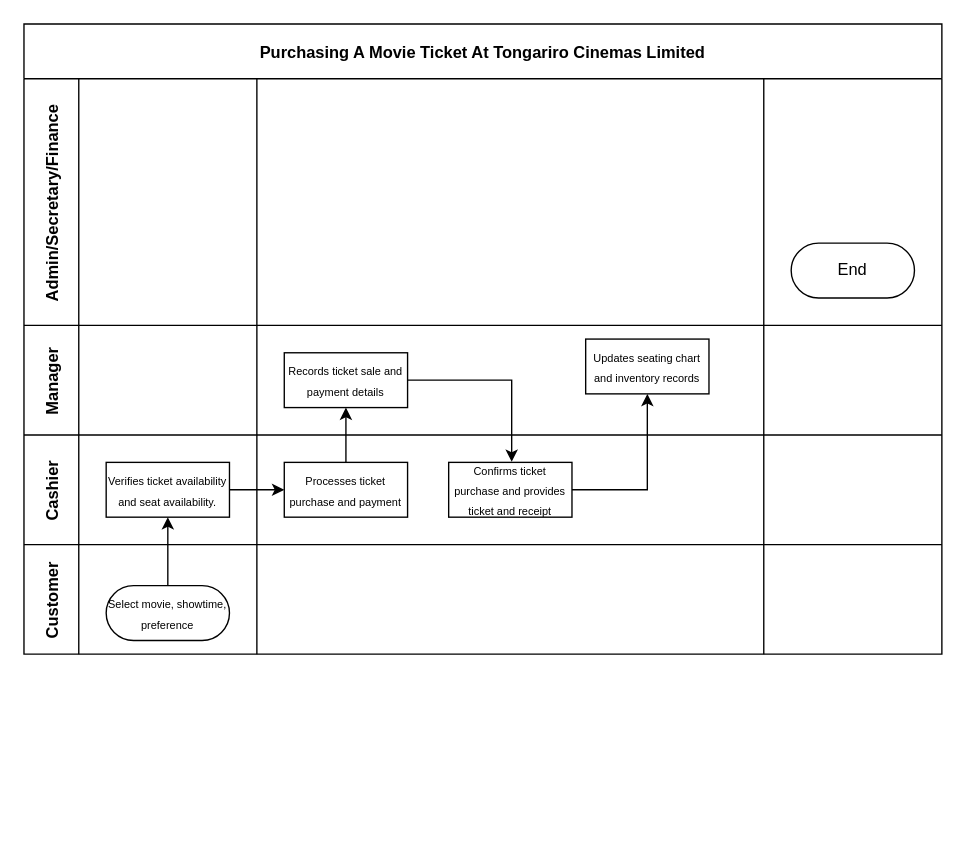
The draw.io diagram cross functional diagram for business process.drawio in julieeesy/Requirement-Analysis-and-Solution-Design, before the edit. Source tidied: cells renumbered, new cells numbered last; positions are measured from the earlier drawing's top-left corner, leaving out a move shared by most shapes. Both pictures are drawn from the tidied source at 137%, with x=0, y=0 at pixel (23, 23).
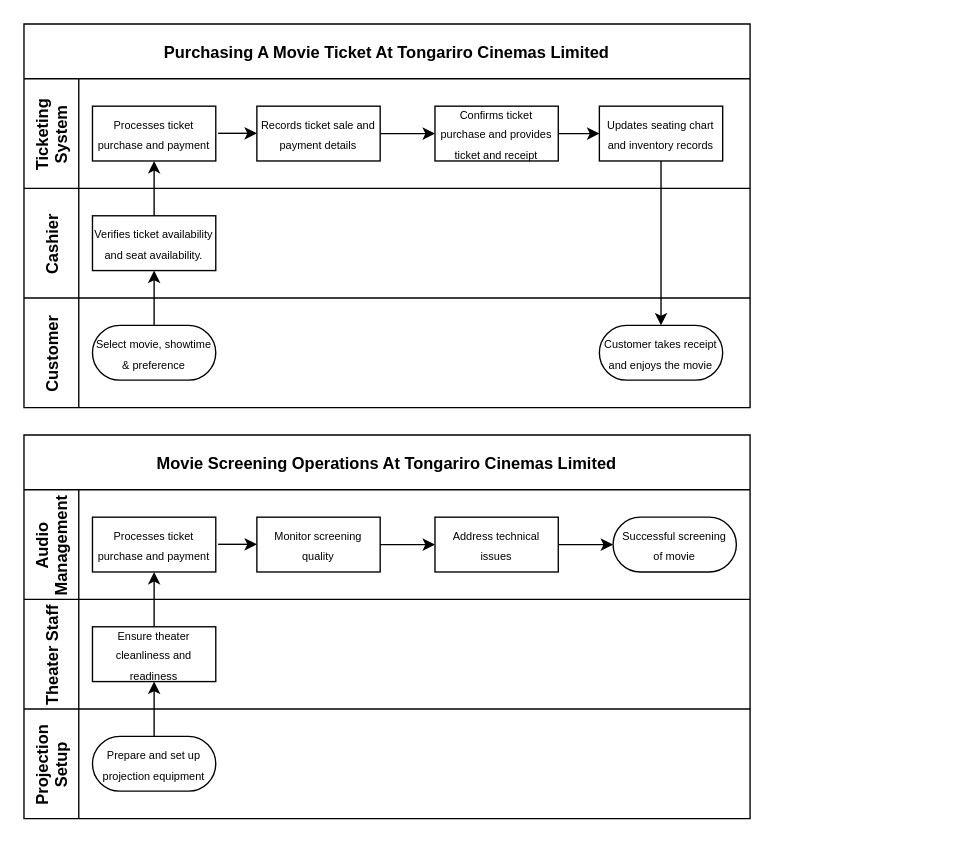
The same diagram, later.

What changed in the source:
```diff
@@
     <mxCell id="2" value="Purchasing A Movie Ticket At Tongariro Cinemas Limited" style="shape=table;childLayout=tableLayout;startSize=40;fillColor=none;fontStyle=1;" parent="1" vertex="1">
-      <mxGeometry width="670" height="460" as="geometry" />
+      <mxGeometry width="530" height="280" as="geometry" />
     </mxCell>
-    <mxCell id="3" value="Admin/Secretary/Finance" style="shape=tableRow;horizontal=0;swimlaneHead=0;swimlaneBody=0;top=0;left=0;bottom=0;right=0;fillColor=none;startSize=40;fontStyle=1;" parent="2" vertex="1">
-      <mxGeometry y="40" width="670" height="180" as="geometry" />
-    </mxCell>
-    <mxCell id="4" style="swimlane;swimlaneHead=0;swimlaneBody=0;fillColor=none;startSize=0;fontStyle=1;" parent="3" vertex="1">
-      <mxGeometry x="40" width="130" height="180" as="geometry" />
-    </mxCell>
-    <mxCell id="5" style="swimlane;swimlaneHead=0;swimlaneBody=0;fillColor=none;startSize=0;fontStyle=1;" parent="3" vertex="1">
-      <mxGeometry x="170" width="370" height="180" as="geometry" />
-    </mxCell>
-    <mxCell id="6" style="swimlane;swimlaneHead=0;swimlaneBody=0;fillColor=none;startSize=0;fontStyle=1;" parent="3" vertex="1">
-      <mxGeometry x="540" width="130" height="180" as="geometry" />
-    </mxCell>
-    <mxCell id="7" value="End" style="rounded=1;whiteSpace=wrap;html=1;arcSize=50;" parent="6" vertex="1">
-      <mxGeometry x="20" y="120" width="90" height="40" as="geometry" />
-    </mxCell>
-    <mxCell id="8" value="Manager" style="shape=tableRow;horizontal=0;swimlaneHead=0;swimlaneBody=0;top=0;left=0;bottom=0;right=0;fillColor=none;startSize=40;fontStyle=1;" parent="2" vertex="1">
-      <mxGeometry y="220" width="670" height="80" as="geometry" />
+    <mxCell id="8" value="Ticketing&#10;System" style="shape=tableRow;horizontal=0;swimlaneHead=0;swimlaneBody=0;top=0;left=0;bottom=0;right=0;fillColor=none;startSize=40;fontStyle=1;" parent="2" vertex="1">
+      <mxGeometry y="40" width="530" height="80" as="geometry" />
     </mxCell>
-    <mxCell id="9" style="swimlane;swimlaneHead=0;swimlaneBody=0;fillColor=none;startSize=0;fontStyle=1;" parent="8" vertex="1">
-      <mxGeometry x="40" width="130" height="80" as="geometry" />
-    </mxCell>
     <mxCell id="10" style="swimlane;swimlaneHead=0;swimlaneBody=0;fillColor=none;startSize=0;fontStyle=1;" parent="8" vertex="1">
-      <mxGeometry x="170" width="370" height="80" as="geometry" />
+      <mxGeometry x="40" width="490" height="80" as="geometry" />
     </mxCell>
     <mxCell id="11" value="&lt;font style=&quot;font-size: 8px;&quot;&gt;Records ticket sale and payment details&lt;/font&gt;" style="rounded=0;whiteSpace=wrap;html=1;" parent="10" vertex="1">
-      <mxGeometry x="20" y="20" width="90" height="40" as="geometry" />
+      <mxGeometry x="130" y="20" width="90" height="40" as="geometry" />
     </mxCell>
+    <mxCell id="19" value="&lt;font style=&quot;font-size: 8px;&quot;&gt;Confirms ticket purchase and provides ticket and receipt&lt;/font&gt;" style="rounded=0;whiteSpace=wrap;html=1;" parent="10" vertex="1">
+      <mxGeometry x="260" y="20" width="90" height="40" as="geometry" />
+    </mxCell>
+    <mxCell id="28" style="edgeStyle=orthogonalEdgeStyle;rounded=0;jettySize=auto;html=1;entryX=0;entryY=0.5;entryDx=0;entryDy=0;" parent="10" edge="1" source="11" target="19">
+      <mxGeometry relative="1" as="geometry" />
+    </mxCell>
     <mxCell id="12" value="&lt;font style=&quot;font-size: 8px;&quot;&gt;Updates seating chart and inventory records&lt;/font&gt;" style="rounded=0;whiteSpace=wrap;html=1;" parent="10" vertex="1">
-      <mxGeometry x="240" y="10" width="90" height="40" as="geometry" />
+      <mxGeometry x="380" y="20" width="90" height="40" as="geometry" />
     </mxCell>
-    <mxCell id="13" style="swimlane;swimlaneHead=0;swimlaneBody=0;fillColor=none;startSize=0;fontStyle=1;" parent="8" vertex="1">
-      <mxGeometry x="540" width="130" height="80" as="geometry" />
-    </mxCell>
+    <mxCell id="29" style="edgeStyle=orthogonalEdgeStyle;rounded=0;jettySize=auto;html=1;" parent="10" edge="1" source="19" target="12">
+      <mxGeometry relative="1" as="geometry" />
+    </mxCell>
     <mxCell id="14" value="Cashier" style="shape=tableRow;horizontal=0;swimlaneHead=0;swimlaneBody=0;top=0;left=0;bottom=0;right=0;fillColor=none;startSize=40;fontStyle=1;" parent="2" vertex="1">
-      <mxGeometry y="300" width="670" height="80" as="geometry" />
+      <mxGeometry y="120" width="530" height="80" as="geometry" />
     </mxCell>
-    <mxCell id="15" style="swimlane;swimlaneHead=0;swimlaneBody=0;fillColor=none;startSize=0;fontStyle=1;" parent="14" vertex="1">
-      <mxGeometry x="40" width="130" height="80" as="geometry" />
-    </mxCell>
-    <mxCell id="16" value="&lt;font style=&quot;font-size: 8px;&quot;&gt;Verifies ticket availability and seat availability.&lt;/font&gt;" style="rounded=0;whiteSpace=wrap;html=1;" parent="15" vertex="1">
-      <mxGeometry x="20" y="20" width="90" height="40" as="geometry" />
-    </mxCell>
     <mxCell id="17" style="swimlane;swimlaneHead=0;swimlaneBody=0;fillColor=none;startSize=0;fontStyle=1;" parent="14" vertex="1">
-      <mxGeometry x="170" width="370" height="80" as="geometry" />
+      <mxGeometry x="40" width="490" height="80" as="geometry" />
     </mxCell>
     <mxCell id="18" value="&lt;font style=&quot;font-size: 8px;&quot;&gt;Processes ticket purchase and payment&lt;/font&gt;" style="rounded=0;whiteSpace=wrap;html=1;" parent="17" vertex="1">
-      <mxGeometry x="20" y="20" width="90" height="40" as="geometry" />
+      <mxGeometry x="10" y="-60" width="90" height="40" as="geometry" />
     </mxCell>
-    <mxCell id="19" value="&lt;font style=&quot;font-size: 8px;&quot;&gt;Confirms ticket purchase and provides ticket and receipt&lt;/font&gt;" style="rounded=0;whiteSpace=wrap;html=1;" parent="17" vertex="1">
-      <mxGeometry x="140" y="20" width="90" height="40" as="geometry" />
-    </mxCell>
-    <mxCell id="20" style="swimlane;swimlaneHead=0;swimlaneBody=0;fillColor=none;startSize=0;fontStyle=1;" parent="14" vertex="1">
-      <mxGeometry x="540" width="130" height="80" as="geometry" />
-    </mxCell>
+    <mxCell id="16" value="&lt;font style=&quot;font-size: 8px;&quot;&gt;Verifies ticket availability and seat availability.&lt;/font&gt;" style="rounded=0;whiteSpace=wrap;html=1;" parent="17" vertex="1">
+      <mxGeometry x="10" y="20" width="90" height="40" as="geometry" />
+    </mxCell>
+    <mxCell id="24" value="&lt;font style=&quot;font-size: 8px;&quot;&gt;Select movie, showtime&lt;br&gt;&amp;amp; preference&lt;/font&gt;" style="rounded=1;whiteSpace=wrap;html=1;arcSize=50;" parent="17" vertex="1">
+      <mxGeometry x="10" y="100" width="90" height="40" as="geometry" />
+    </mxCell>
-    <mxCell id="21" style="edgeStyle=orthogonalEdgeStyle;rounded=0;jettySize=auto;html=1;" parent="14" edge="1" source="16" target="18">
+    <mxCell id="21" style="edgeStyle=orthogonalEdgeStyle;rounded=0;jettySize=auto;html=1;" parent="17" edge="1" source="16" target="18">
       <mxGeometry relative="1" as="geometry" />
     </mxCell>
+    <mxCell id="27" style="edgeStyle=orthogonalEdgeStyle;rounded=0;jettySize=auto;html=1;" parent="17" edge="1" source="24" target="16">
+      <mxGeometry relative="1" as="geometry" />
+    </mxCell>
     <mxCell id="22" value="Customer" style="shape=tableRow;horizontal=0;swimlaneHead=0;swimlaneBody=0;top=0;left=0;bottom=0;right=0;fillColor=none;startSize=40;fontStyle=1;" parent="2" vertex="1">
-      <mxGeometry y="380" width="670" height="80" as="geometry" />
+      <mxGeometry y="200" width="530" height="80" as="geometry" />
     </mxCell>
-    <mxCell id="23" style="swimlane;swimlaneHead=0;swimlaneBody=0;fillColor=none;startSize=0;fontStyle=1;" parent="22" vertex="1">
-      <mxGeometry x="40" width="130" height="80" as="geometry" />
-    </mxCell>
-    <mxCell id="24" value="&lt;font style=&quot;font-size: 8px;&quot;&gt;Select movie, showtime, preference&lt;/font&gt;" style="rounded=1;whiteSpace=wrap;html=1;arcSize=50;" parent="23" vertex="1">
-      <mxGeometry x="20" y="30" width="90" height="40" as="geometry" />
-    </mxCell>
     <mxCell id="25" style="swimlane;swimlaneHead=0;swimlaneBody=0;fillColor=none;startSize=0;fontStyle=1;" parent="22" vertex="1">
-      <mxGeometry x="170" width="370" height="80" as="geometry" />
+      <mxGeometry x="40" width="490" height="80" as="geometry" />
     </mxCell>
-    <mxCell id="26" style="swimlane;swimlaneHead=0;swimlaneBody=0;fillColor=none;startSize=0;fontStyle=1;" parent="22" vertex="1">
-      <mxGeometry x="540" width="130" height="80" as="geometry" />
-    </mxCell>
-    <mxCell id="27" style="edgeStyle=orthogonalEdgeStyle;rounded=0;jettySize=auto;html=1;" parent="2" edge="1" source="24" target="16">
-      <mxGeometry relative="1" as="geometry" />
-    </mxCell>
-    <mxCell id="28" style="edgeStyle=orthogonalEdgeStyle;rounded=0;jettySize=auto;html=1;entryX=0.511;entryY=-0.01;entryDx=0;entryDy=0;entryPerimeter=0;" parent="2" edge="1" source="11" target="19">
-      <mxGeometry relative="1" as="geometry" />
-    </mxCell>
-    <mxCell id="29" style="edgeStyle=orthogonalEdgeStyle;rounded=0;jettySize=auto;html=1;" parent="2" edge="1" source="19" target="12">
-      <mxGeometry relative="1" as="geometry" />
-    </mxCell>
+    <mxCell id="31" value="&lt;span style=&quot;font-size: 8px;&quot;&gt;Customer takes receipt and enjoys the movie&lt;/span&gt;" style="rounded=1;whiteSpace=wrap;html=1;arcSize=50;" parent="25" vertex="1">
+      <mxGeometry x="380" y="20" width="90" height="40" as="geometry" />
+    </mxCell>
-    <mxCell id="30" style="edgeStyle=orthogonalEdgeStyle;rounded=0;jettySize=auto;html=1;entryX=0.5;entryY=1;entryDx=0;entryDy=0;" parent="1" edge="1" target="11">
-      <mxGeometry relative="1" as="geometry">
-        <mxPoint x="235" y="320" as="sourcePoint" />
-        <Array as="points">
-          <mxPoint x="235" y="290" />
-          <mxPoint x="235" y="290" />
-        </Array>
-      </mxGeometry>
+    <mxCell id="30" style="edgeStyle=orthogonalEdgeStyle;rounded=0;jettySize=auto;html=1;entryX=0;entryY=0.5;entryDx=0;entryDy=0;exitX=1.019;exitY=0.495;exitDx=0;exitDy=0;exitPerimeter=0;" parent="2" edge="1" source="18" target="11">
+      <mxGeometry relative="1" as="geometry" />
     </mxCell>
+    <mxCell id="32" style="edgeStyle=orthogonalEdgeStyle;rounded=0;jettySize=auto;html=1;entryX=0.5;entryY=0;entryDx=0;entryDy=0;exitX=0.5;exitY=1;exitDx=0;exitDy=0;" parent="2" edge="1" source="12" target="31">
+      <mxGeometry relative="1" as="geometry" />
+    </mxCell>
+    <mxCell id="33" value="Movie Screening Operations At Tongariro Cinemas Limited" style="shape=table;childLayout=tableLayout;startSize=40;fillColor=none;fontStyle=1;" parent="1" vertex="1">
+      <mxGeometry y="300" width="530" height="280" as="geometry" />
+    </mxCell>
+    <mxCell id="34" value="Audio&#10;Management" style="shape=tableRow;horizontal=0;swimlaneHead=0;swimlaneBody=0;top=0;left=0;bottom=0;right=0;fillColor=none;startSize=40;fontStyle=1;" parent="33" vertex="1">
+      <mxGeometry y="40" width="530" height="80" as="geometry" />
+    </mxCell>
+    <mxCell id="35" style="swimlane;swimlaneHead=0;swimlaneBody=0;fillColor=none;startSize=0;fontStyle=1;" parent="34" vertex="1">
+      <mxGeometry x="40" width="490" height="80" as="geometry" />
+    </mxCell>
+    <mxCell id="36" value="&lt;font style=&quot;font-size: 8px;&quot;&gt;Monitor screening quality&lt;/font&gt;" style="rounded=0;whiteSpace=wrap;html=1;" parent="35" vertex="1">
+      <mxGeometry x="130" y="20" width="90" height="40" as="geometry" />
+    </mxCell>
+    <mxCell id="37" value="&lt;font style=&quot;font-size: 8px;&quot;&gt;Address technical issues&lt;/font&gt;" style="rounded=0;whiteSpace=wrap;html=1;" parent="35" vertex="1">
+      <mxGeometry x="260" y="20" width="90" height="40" as="geometry" />
+    </mxCell>
+    <mxCell id="38" style="edgeStyle=orthogonalEdgeStyle;rounded=0;jettySize=auto;html=1;entryX=0;entryY=0.5;entryDx=0;entryDy=0;" parent="35" edge="1" source="36" target="37">
+      <mxGeometry relative="1" as="geometry" />
+    </mxCell>
+    <mxCell id="39" value="&lt;span style=&quot;font-size: 8px;&quot;&gt;Successful screening &lt;br&gt;of movie&lt;/span&gt;" style="rounded=1;whiteSpace=wrap;html=1;arcSize=50;" parent="35" vertex="1">
+      <mxGeometry x="390" y="20" width="90" height="40" as="geometry" />
+    </mxCell>
+    <mxCell id="40" style="edgeStyle=orthogonalEdgeStyle;rounded=0;jettySize=auto;html=1;entryX=0;entryY=0.5;entryDx=0;entryDy=0;" parent="35" edge="1" source="37" target="39">
+      <mxGeometry relative="1" as="geometry" />
+    </mxCell>
+    <mxCell id="41" value="Theater Staff" style="shape=tableRow;horizontal=0;swimlaneHead=0;swimlaneBody=0;top=0;left=0;bottom=0;right=0;fillColor=none;startSize=40;fontStyle=1;" parent="33" vertex="1">
+      <mxGeometry y="120" width="530" height="80" as="geometry" />
+    </mxCell>
+    <mxCell id="42" style="swimlane;swimlaneHead=0;swimlaneBody=0;fillColor=none;startSize=0;fontStyle=1;" parent="41" vertex="1">
+      <mxGeometry x="40" width="490" height="80" as="geometry" />
+    </mxCell>
+    <mxCell id="43" value="&lt;font style=&quot;font-size: 8px;&quot;&gt;Processes ticket purchase and payment&lt;/font&gt;" style="rounded=0;whiteSpace=wrap;html=1;" parent="42" vertex="1">
+      <mxGeometry x="10" y="-60" width="90" height="40" as="geometry" />
+    </mxCell>
+    <mxCell id="44" value="&lt;font style=&quot;font-size: 8px;&quot;&gt;Ensure theater cleanliness and readiness&lt;/font&gt;" style="rounded=0;whiteSpace=wrap;html=1;" parent="42" vertex="1">
+      <mxGeometry x="10" y="20" width="90" height="40" as="geometry" />
+    </mxCell>
+    <mxCell id="45" value="&lt;font style=&quot;font-size: 8px;&quot;&gt;Prepare and set up projection equipment&lt;/font&gt;" style="rounded=1;whiteSpace=wrap;html=1;arcSize=50;" parent="42" vertex="1">
+      <mxGeometry x="10" y="100" width="90" height="40" as="geometry" />
+    </mxCell>
+    <mxCell id="46" style="edgeStyle=orthogonalEdgeStyle;rounded=0;jettySize=auto;html=1;" parent="42" edge="1" source="44" target="43">
+      <mxGeometry relative="1" as="geometry" />
+    </mxCell>
+    <mxCell id="47" style="edgeStyle=orthogonalEdgeStyle;rounded=0;jettySize=auto;html=1;" parent="42" edge="1" source="45" target="44">
+      <mxGeometry relative="1" as="geometry" />
+    </mxCell>
+    <mxCell id="48" value="Projection&#10;Setup" style="shape=tableRow;horizontal=0;swimlaneHead=0;swimlaneBody=0;top=0;left=0;bottom=0;right=0;fillColor=none;startSize=40;fontStyle=1;" parent="33" vertex="1">
+      <mxGeometry y="200" width="530" height="80" as="geometry" />
+    </mxCell>
+    <mxCell id="49" style="swimlane;swimlaneHead=0;swimlaneBody=0;fillColor=none;startSize=0;fontStyle=1;" parent="48" vertex="1">
+      <mxGeometry x="40" width="490" height="80" as="geometry" />
+    </mxCell>
+    <mxCell id="50" style="edgeStyle=orthogonalEdgeStyle;rounded=0;jettySize=auto;html=1;entryX=0;entryY=0.5;entryDx=0;entryDy=0;exitX=1.019;exitY=0.495;exitDx=0;exitDy=0;exitPerimeter=0;" parent="33" edge="1" source="43" target="36">
+      <mxGeometry relative="1" as="geometry" />
+    </mxCell>
```
